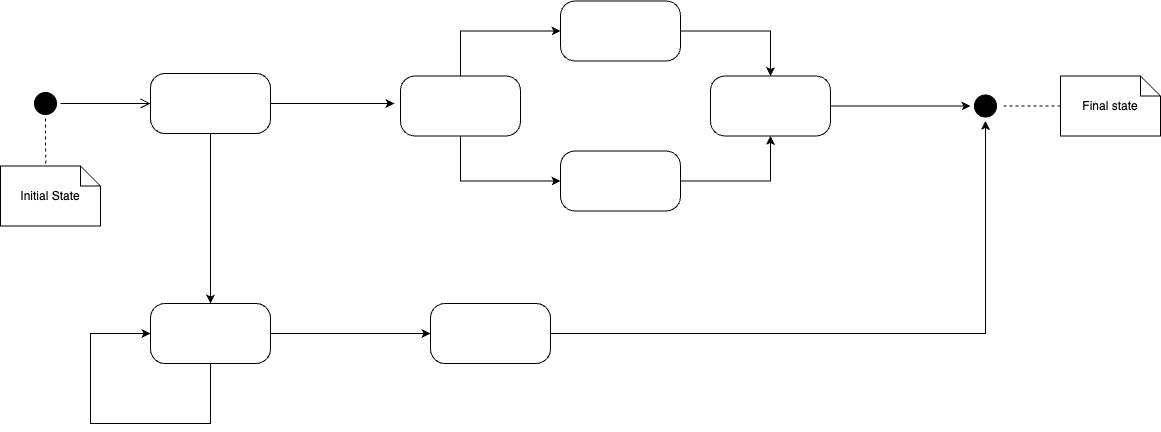
Earlier version of the draw.io export diagrams/ED_Services_SD.drawio.png (uvic-teach/project-m1-team6). Source tidied: cells renumbered, new cells last; positions are measured from the earlier drawing's top-left corner, leaving out a move shared by most shapes.
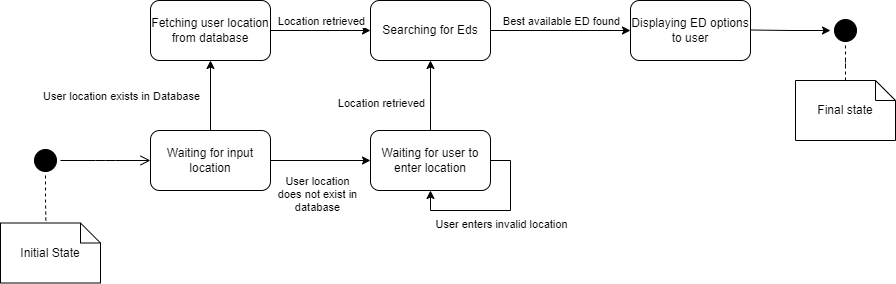
Above is the later version.

What changed in the source:
```diff
@@ -5,87 +5,25 @@
     <mxCell id="2" style="ellipse;html=1;shape=startState;fillColor=#000000;strokeColor=#000000;rounded=1;shadow=0;comic=0;labelBackgroundColor=none;fontFamily=Verdana;fontSize=12;fontColor=#000000;align=center;direction=south;" parent="1" vertex="1">
       <mxGeometry x="30" y="87" width="30" height="30" as="geometry" />
     </mxCell>
-    <mxCell id="3" style="edgeStyle=orthogonalEdgeStyle;rounded=0;jettySize=auto;html=1;entryX=0.5;entryY=0;entryDx=0;entryDy=0;" parent="1" edge="1" source="4" target="9">
-      <mxGeometry relative="1" as="geometry" />
-    </mxCell>
-    <mxCell id="4" style="rounded=1;whiteSpace=wrap;html=1;arcSize=24;shadow=0;comic=0;labelBackgroundColor=none;fontFamily=Verdana;fontSize=12;align=center;" parent="1" vertex="1">
-      <mxGeometry x="150" y="72" width="120" height="60" as="geometry" />
-    </mxCell>
-    <mxCell id="5" style="edgeStyle=orthogonalEdgeStyle;html=1;labelBackgroundColor=none;endArrow=open;endSize=8;strokeColor=#000000;fontFamily=Verdana;fontSize=12;align=left;" parent="1" edge="1" source="2" target="4">
-      <mxGeometry relative="1" as="geometry" />
+    <mxCell id="5" style="edgeStyle=orthogonalEdgeStyle;html=1;labelBackgroundColor=none;endArrow=open;endSize=8;strokeColor=#000000;fontFamily=Verdana;fontSize=12;align=left;" parent="1" edge="1" source="2">
+      <mxGeometry relative="1" as="geometry">
+        <mxPoint x="150" y="102" as="targetPoint" />
+      </mxGeometry>
     </mxCell>
-    <mxCell id="6" style="edgeStyle=orthogonalEdgeStyle;rounded=0;jettySize=auto;html=1;entryX=0;entryY=0.5;entryDx=0;entryDy=0;" parent="1" edge="1" source="8" target="12">
-      <mxGeometry relative="1" as="geometry">
-        <Array as="points">
-          <mxPoint x="460" y="179.5" />
-        </Array>
-      </mxGeometry>
-    </mxCell>
-    <mxCell id="7" style="edgeStyle=orthogonalEdgeStyle;rounded=0;jettySize=auto;html=1;entryX=0;entryY=0.5;entryDx=0;entryDy=0;" parent="1" edge="1" source="8" target="14">
-      <mxGeometry relative="1" as="geometry">
-        <Array as="points">
-          <mxPoint x="460" y="29.5" />
-        </Array>
-      </mxGeometry>
-    </mxCell>
-    <mxCell id="8" style="rounded=1;whiteSpace=wrap;html=1;arcSize=24;shadow=0;comic=0;labelBackgroundColor=none;fontFamily=Verdana;fontSize=12;align=center;" parent="1" vertex="1">
-      <mxGeometry x="400" y="74.5" width="120" height="60" as="geometry" />
-    </mxCell>
-    <mxCell id="9" style="rounded=1;whiteSpace=wrap;html=1;arcSize=24;shadow=0;comic=0;labelBackgroundColor=none;fontFamily=Verdana;fontSize=12;align=center;" parent="1" vertex="1">
-      <mxGeometry x="150" y="302" width="120" height="60" as="geometry" />
-    </mxCell>
     <mxCell id="10" style="ellipse;html=1;shape=startState;fillColor=#000000;strokeColor=#000000;rounded=1;shadow=0;comic=0;labelBackgroundColor=none;fontFamily=Verdana;fontSize=12;fontColor=#000000;align=center;direction=south;" parent="1" vertex="1">
-      <mxGeometry x="970" y="89.5" width="30" height="30" as="geometry" />
+      <mxGeometry x="830" y="-43" width="30" height="30" as="geometry" />
     </mxCell>
-    <mxCell id="11" style="edgeStyle=orthogonalEdgeStyle;rounded=0;jettySize=auto;html=1;entryX=0.5;entryY=1;entryDx=0;entryDy=0;" parent="1" edge="1" source="12" target="16">
-      <mxGeometry relative="1" as="geometry" />
-    </mxCell>
-    <mxCell id="12" style="rounded=1;whiteSpace=wrap;html=1;arcSize=24;shadow=0;comic=0;labelBackgroundColor=none;fontFamily=Verdana;fontSize=12;align=center;" parent="1" vertex="1">
-      <mxGeometry x="560" y="149.5" width="120" height="60" as="geometry" />
-    </mxCell>
-    <mxCell id="13" style="edgeStyle=orthogonalEdgeStyle;rounded=0;jettySize=auto;html=1;entryX=0.5;entryY=0;entryDx=0;entryDy=0;" parent="1" edge="1" source="14" target="16">
-      <mxGeometry relative="1" as="geometry" />
-    </mxCell>
-    <mxCell id="14" style="rounded=1;whiteSpace=wrap;html=1;arcSize=24;shadow=0;comic=0;labelBackgroundColor=none;fontFamily=Verdana;fontSize=12;align=center;" parent="1" vertex="1">
-      <mxGeometry x="560" y="-0.5" width="120" height="60" as="geometry" />
-    </mxCell>
-    <mxCell id="15" style="edgeStyle=orthogonalEdgeStyle;rounded=0;jettySize=auto;html=1;" parent="1" edge="1" source="16">
+    <mxCell id="15" style="edgeStyle=orthogonalEdgeStyle;rounded=0;orthogonalLoop=1;jettySize=auto;html=1;" parent="1" edge="1">
       <mxGeometry relative="1" as="geometry">
-        <mxPoint x="970" y="104.5" as="targetPoint" />
+        <mxPoint x="750" y="-28.5" as="sourcePoint" />
+        <mxPoint x="830" y="-28" as="targetPoint" />
       </mxGeometry>
     </mxCell>
-    <mxCell id="16" style="rounded=1;whiteSpace=wrap;html=1;arcSize=24;shadow=0;comic=0;labelBackgroundColor=none;fontFamily=Verdana;fontSize=12;align=center;" parent="1" vertex="1">
-      <mxGeometry x="710" y="74.5" width="120" height="60" as="geometry" />
-    </mxCell>
-    <mxCell id="17" style="edgeStyle=orthogonalEdgeStyle;rounded=0;jettySize=auto;html=1;entryX=0;entryY=0.5;entryDx=0;entryDy=0;" parent="1" edge="1" target="19">
-      <mxGeometry relative="1" as="geometry">
-        <mxPoint x="270" y="332" as="sourcePoint" />
-        <Array as="points">
-          <mxPoint x="320" y="332" />
-          <mxPoint x="320" y="332" />
-        </Array>
-      </mxGeometry>
-    </mxCell>
-    <mxCell id="18" style="edgeStyle=orthogonalEdgeStyle;rounded=0;jettySize=auto;html=1;entryX=1;entryY=0.5;entryDx=0;entryDy=0;" parent="1" edge="1" source="19" target="10">
-      <mxGeometry relative="1" as="geometry" />
-    </mxCell>
-    <mxCell id="19" style="rounded=1;whiteSpace=wrap;html=1;arcSize=24;shadow=0;comic=0;labelBackgroundColor=none;fontFamily=Verdana;fontSize=12;align=center;" parent="1" vertex="1">
-      <mxGeometry x="430" y="302" width="120" height="60" as="geometry" />
-    </mxCell>
-    <mxCell id="20" style="edgeStyle=orthogonalEdgeStyle;rounded=0;orthogonalLoop=1;jettySize=auto;html=1;entryX=0;entryY=0.5;entryDx=0;entryDy=0;" parent="1" edge="1" source="9" target="9">
-      <mxGeometry relative="1" as="geometry">
-        <Array as="points">
-          <mxPoint x="210" y="422" />
-          <mxPoint x="90" y="422" />
-          <mxPoint x="90" y="332" />
-        </Array>
-      </mxGeometry>
-    </mxCell>
-    <mxCell id="21" style="edgeStyle=orthogonalEdgeStyle;rounded=0;jettySize=auto;html=1;entryX=0.5;entryY=0;entryDx=0;entryDy=0;endArrow=none;endFill=0;dashed=1;" parent="1" edge="1" source="22" target="10">
+    <mxCell id="21" style="edgeStyle=orthogonalEdgeStyle;rounded=0;jettySize=auto;html=1;entryX=1;entryY=0.5;entryDx=0;entryDy=0;endArrow=none;endFill=0;dashed=1;" parent="1" edge="1" source="22" target="10">
       <mxGeometry relative="1" as="geometry" />
     </mxCell>
     <mxCell id="22" value="Final state" style="shape=note;size=20;whiteSpace=wrap;html=1;" parent="1" vertex="1">
-      <mxGeometry x="1060" y="74.5" width="100" height="60" as="geometry" />
+      <mxGeometry x="795" y="22" width="100" height="60" as="geometry" />
     </mxCell>
     <mxCell id="23" style="edgeStyle=orthogonalEdgeStyle;rounded=0;jettySize=auto;html=1;entryX=0.454;entryY=0.002;entryDx=0;entryDy=0;endArrow=none;endFill=0;dashed=1;exitX=1;exitY=0.5;exitDx=0;exitDy=0;entryPerimeter=0;" parent="1" edge="1" source="2" target="24">
       <mxGeometry relative="1" as="geometry" />
@@ -93,8 +31,74 @@
     <mxCell id="24" value="Initial State" style="shape=note;size=20;whiteSpace=wrap;html=1;" parent="1" vertex="1">
       <mxGeometry y="164.5" width="100" height="60" as="geometry" />
     </mxCell>
-    <mxCell id="25" style="edgeStyle=orthogonalEdgeStyle;rounded=0;jettySize=auto;html=1;entryX=-0.05;entryY=0.458;entryDx=0;entryDy=0;entryPerimeter=0;" parent="1" edge="1" source="4" target="8">
-      <mxGeometry relative="1" as="geometry" />
-    </mxCell>
+    <mxCell id="26" style="edgeStyle=orthogonalEdgeStyle;rounded=0;jettySize=auto;html=1;" parent="1" edge="1" source="30" target="33">
+      <mxGeometry relative="1" as="geometry" />
+    </mxCell>
+    <mxCell id="27" value="User location exists in Database" style="edgeLabel;html=1;align=center;verticalAlign=middle;" parent="26" vertex="1">
+      <mxGeometry y="-1" relative="1" as="geometry">
+        <mxPoint x="-91" as="offset" />
+      </mxGeometry>
+    </mxCell>
+    <mxCell id="28" style="edgeStyle=orthogonalEdgeStyle;rounded=0;jettySize=auto;html=1;" parent="1" edge="1" source="30" target="36">
+      <mxGeometry relative="1" as="geometry" />
+    </mxCell>
+    <mxCell id="29" value="User location&lt;br&gt;does not exist in&lt;br&gt;database" style="edgeLabel;html=1;align=center;verticalAlign=middle;" parent="28" vertex="1">
+      <mxGeometry x="-0.08" y="-3" relative="1" as="geometry">
+        <mxPoint y="30" as="offset" />
+      </mxGeometry>
+    </mxCell>
+    <mxCell id="30" value="Waiting for input location" style="rounded=1;whiteSpace=wrap;html=1;" parent="1" vertex="1">
+      <mxGeometry x="150" y="72" width="120" height="60" as="geometry" />
+    </mxCell>
+    <mxCell id="31" style="edgeStyle=orthogonalEdgeStyle;rounded=0;jettySize=auto;html=1;" parent="1" edge="1" source="33" target="41">
+      <mxGeometry relative="1" as="geometry" />
+    </mxCell>
+    <mxCell id="32" value="Location retrieved" style="edgeLabel;html=1;align=center;verticalAlign=middle;" parent="31" vertex="1">
+      <mxGeometry y="8" relative="1" as="geometry">
+        <mxPoint y="-2" as="offset" />
+      </mxGeometry>
+    </mxCell>
+    <mxCell id="33" value="Fetching user location from database" style="rounded=1;whiteSpace=wrap;html=1;" parent="1" vertex="1">
+      <mxGeometry x="150" y="-58" width="120" height="60" as="geometry" />
+    </mxCell>
+    <mxCell id="34" style="edgeStyle=orthogonalEdgeStyle;rounded=0;jettySize=auto;html=1;" parent="1" edge="1" source="36" target="41">
+      <mxGeometry relative="1" as="geometry" />
+    </mxCell>
+    <mxCell id="35" value="Location retrieved" style="edgeLabel;html=1;align=center;verticalAlign=middle;" parent="34" vertex="1">
+      <mxGeometry x="-0.2" y="3" relative="1" as="geometry">
+        <mxPoint x="-47" as="offset" />
+      </mxGeometry>
+    </mxCell>
+    <mxCell id="36" value="Waiting for user to enter location" style="rounded=1;whiteSpace=wrap;html=1;" parent="1" vertex="1">
+      <mxGeometry x="370" y="72" width="120" height="60" as="geometry" />
+    </mxCell>
+    <mxCell id="37" style="edgeStyle=orthogonalEdgeStyle;rounded=0;orthogonalLoop=1;jettySize=auto;html=1;entryX=0.5;entryY=1;entryDx=0;entryDy=0;" parent="1" edge="1" source="36" target="36">
+      <mxGeometry relative="1" as="geometry">
+        <Array as="points">
+          <mxPoint x="510" y="102" />
+          <mxPoint x="510" y="152" />
+          <mxPoint x="430" y="152" />
+        </Array>
+      </mxGeometry>
+    </mxCell>
+    <mxCell id="38" value="User enters invalid location" style="edgeLabel;html=1;align=center;verticalAlign=middle;" parent="37" vertex="1">
+      <mxGeometry x="0.05" y="-2" relative="1" as="geometry">
+        <mxPoint x="9" y="15" as="offset" />
+      </mxGeometry>
+    </mxCell>
+    <mxCell id="39" style="edgeStyle=orthogonalEdgeStyle;rounded=0;jettySize=auto;html=1;entryX=0;entryY=0.5;entryDx=0;entryDy=0;" parent="1" edge="1" source="41" target="42">
+      <mxGeometry relative="1" as="geometry" />
+    </mxCell>
+    <mxCell id="40" value="Best available ED found" style="edgeLabel;html=1;align=center;verticalAlign=middle;" parent="39" vertex="1">
+      <mxGeometry x="0.11" y="-2" relative="1" as="geometry">
+        <mxPoint x="-8" y="-12" as="offset" />
+      </mxGeometry>
+    </mxCell>
+    <mxCell id="41" value="Searching for Eds" style="rounded=1;whiteSpace=wrap;html=1;" parent="1" vertex="1">
+      <mxGeometry x="370" y="-58" width="120" height="60" as="geometry" />
+    </mxCell>
+    <mxCell id="42" value="Displaying ED options to user" style="rounded=1;whiteSpace=wrap;html=1;" parent="1" vertex="1">
+      <mxGeometry x="630" y="-58" width="120" height="60" as="geometry" />
+    </mxCell>
   </root>
 </mxGraphModel>
```
